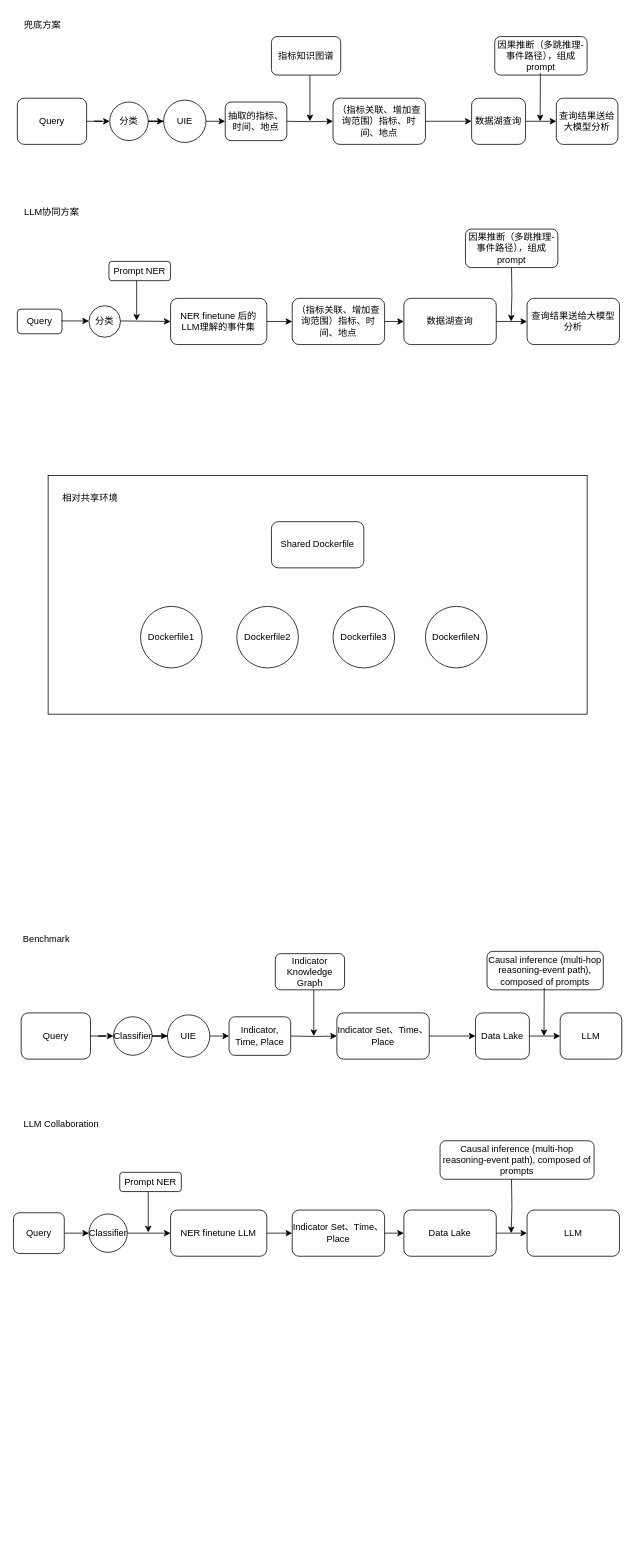
HanYang1385/Master-Thesis keeps this draw.io diagram as 未命名绘图.drawio. Above is the earlier version. Source tidied: cells renumbered, new cells numbered last; positions are measured from the earlier drawing's top-left corner, leaving out a move shared by most shapes. Both pictures are drawn from the tidied source at 77%, with x=0, y=0 at pixel (13, 13).
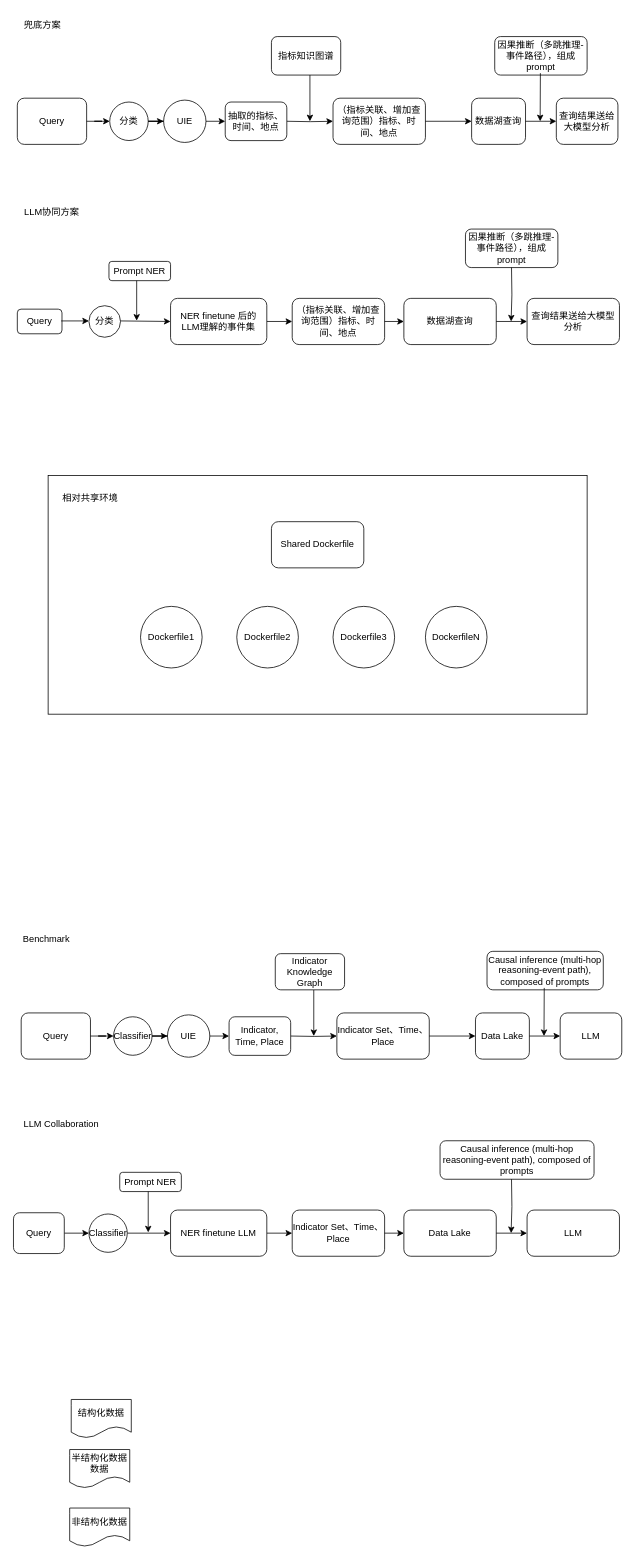
The same diagram, later.

The edit, as a diff of the source:
```diff
@@
+    <mxCell id="82" value="结构化数据" style="shape=document;whiteSpace=wrap;html=1;boundedLbl=1;" parent="1" vertex="1">
+      <mxGeometry x="75" y="1800" width="78" height="50" as="geometry" />
+    </mxCell>
+    <mxCell id="83" value="半结构化数据数据" style="shape=document;whiteSpace=wrap;html=1;boundedLbl=1;" parent="1" vertex="1">
+      <mxGeometry x="73" y="1865" width="78" height="50" as="geometry" />
+    </mxCell>
+    <mxCell id="84" value="非结构化数据" style="shape=document;whiteSpace=wrap;html=1;boundedLbl=1;" parent="1" vertex="1">
+      <mxGeometry x="73" y="1941" width="78" height="50" as="geometry" />
+    </mxCell>
```
